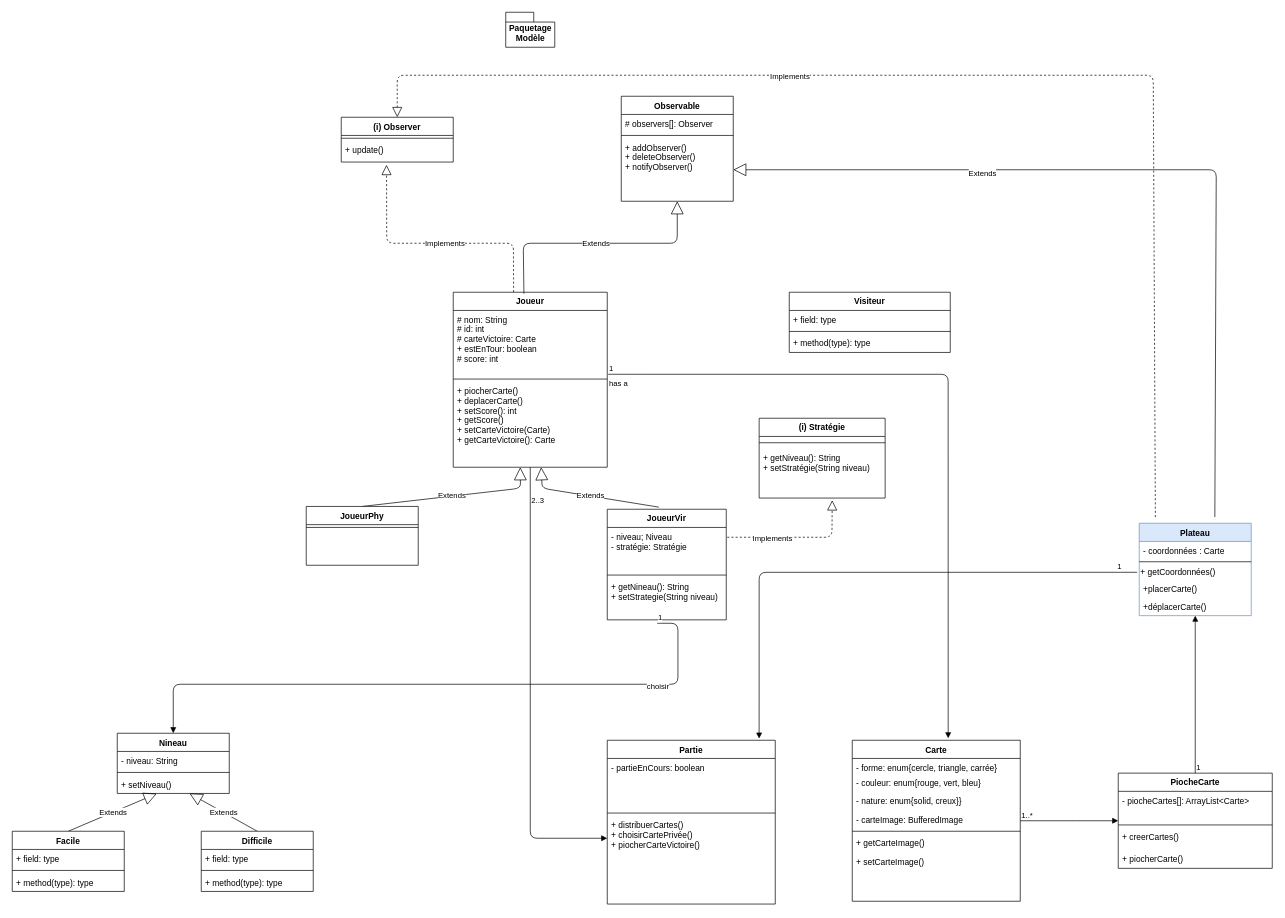
Before: classe_paquetageModèle.drawio in codingTheWorld777/Diagrams-Project_SHAPE_UP, a draw.io diagram. Source tidied: cells renumbered, new cells numbered last; positions are measured from the earlier drawing's top-left corner, leaving out a move shared by most shapes. Both pictures are drawn from the tidied source at 70%, with x=0, y=0 at pixel (12, 12).
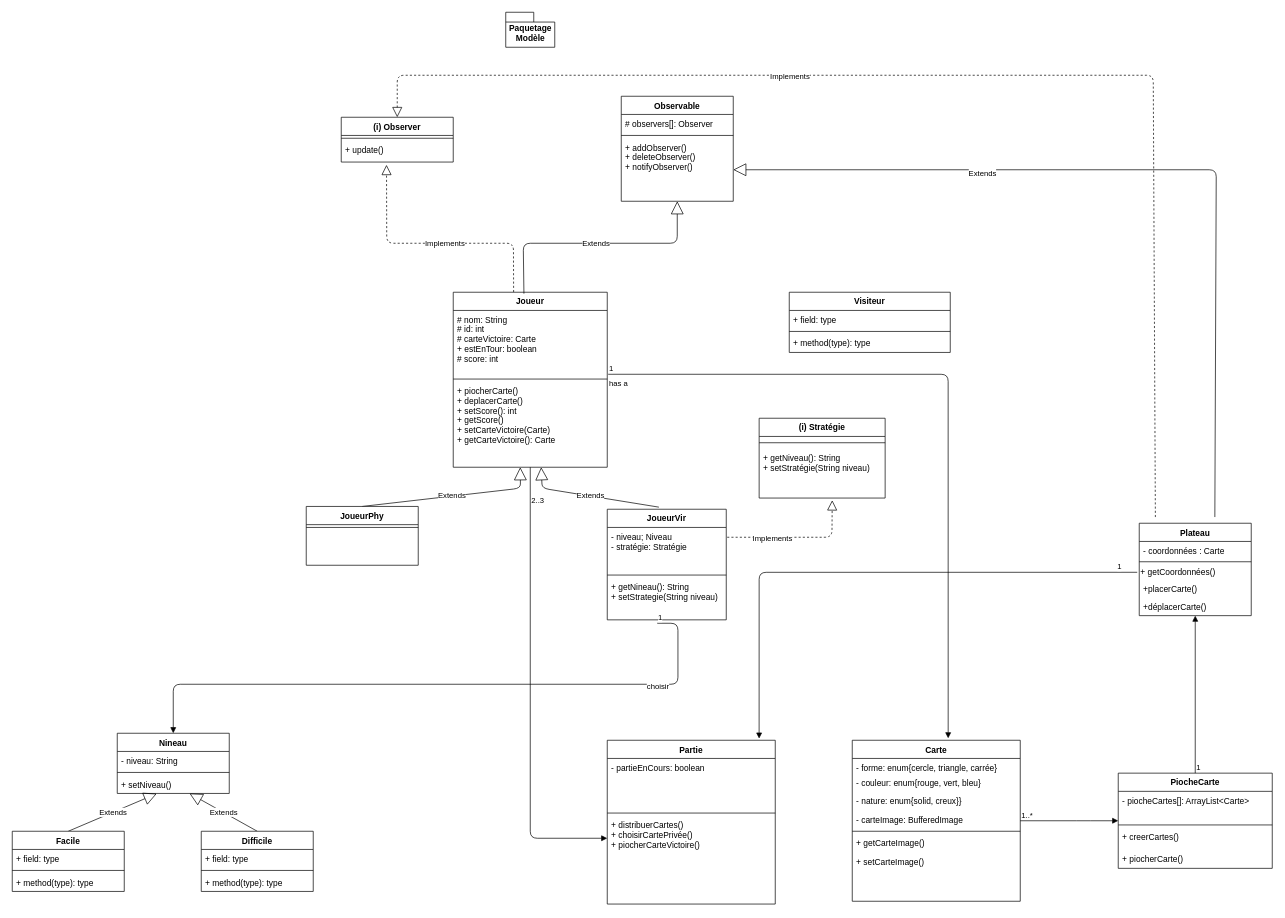
The same diagram, later.

The edit, as a diff of the source:
```diff
@@
-    <mxCell id="54" value="Plateau" style="swimlane;fontStyle=1;align=center;verticalAlign=top;horizontal=1;startSize=26;fillColor=#dae8fc;strokeColor=#6c8ebf;" parent="1" vertex="1">
+    <mxCell id="54" value="Plateau" style="swimlane;fontStyle=1;align=center;verticalAlign=top;horizontal=1;startSize=26;" parent="1" vertex="1">
       <mxGeometry x="1610" y="730" width="160" height="132" as="geometry" />
     </mxCell>
```
